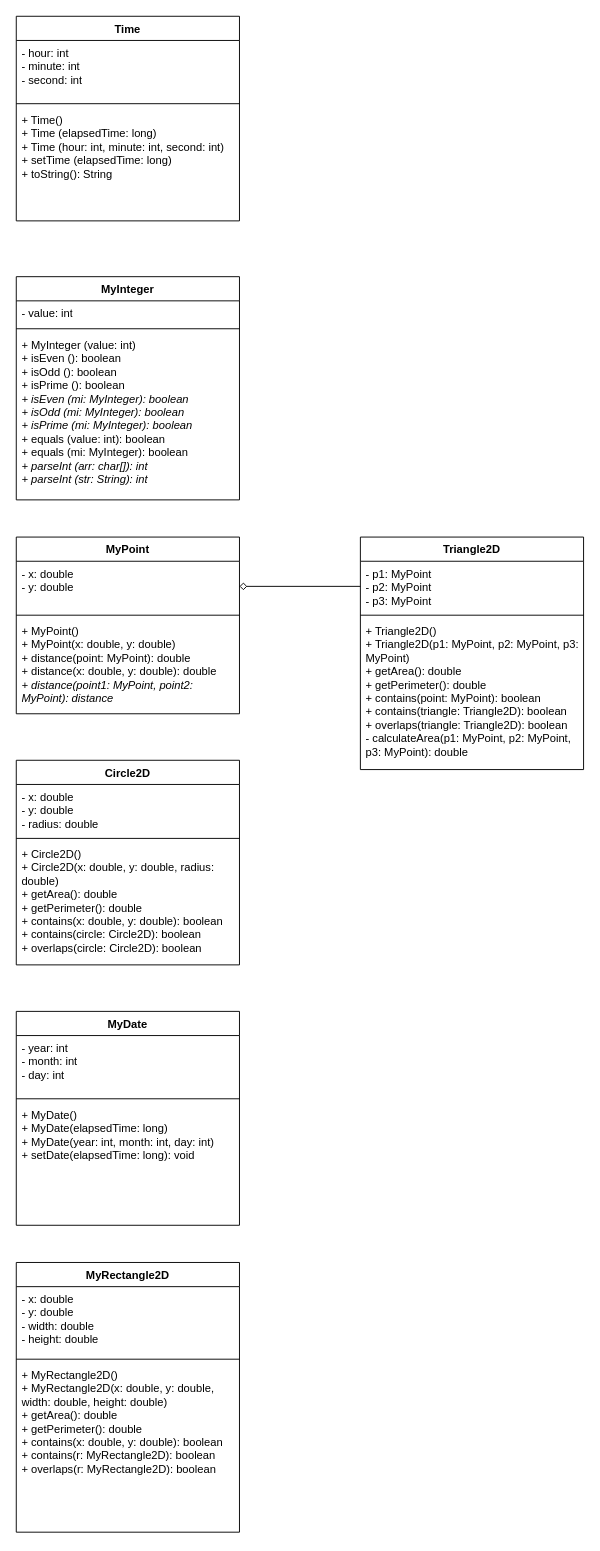
xmednikovi/intro-to-java-programming-exercises keeps this draw.io diagram as uml/Chapter10.drawio. Above is the earlier version. Source tidied: cells renumbered, new cells numbered last; positions are measured from the earlier drawing's top-left corner, leaving out a move shared by most shapes. Both pictures are drawn from the tidied source at 93%, with x=0, y=0 at pixel (16, 16).
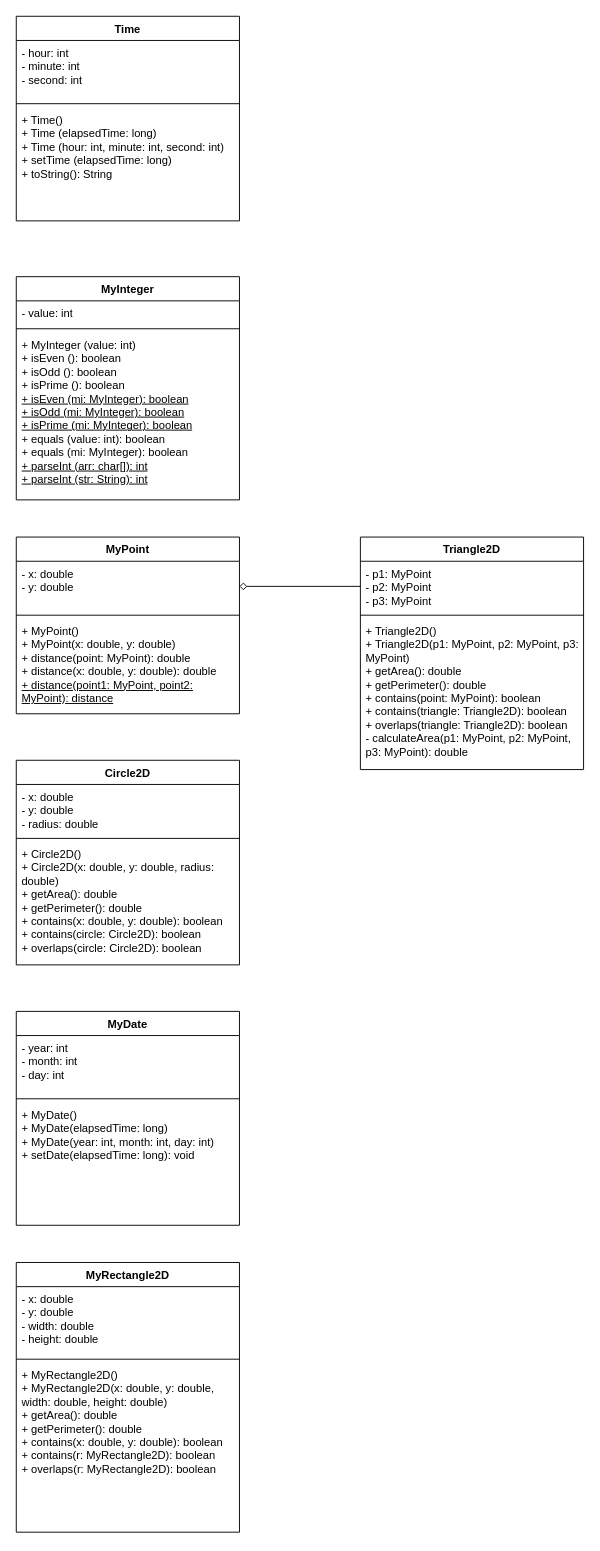
The same diagram, later.

Unchanged cells that the change refers to:
```xml
<mxCell id="6" value="MyInteger" style="swimlane;fontStyle=1;align=center;verticalAlign=top;horizontal=1;startSize=26;whiteSpace=wrap;html=1;" parent="1" vertex="1">
  <mxGeometry y="280" width="240" height="240" as="geometry" />
</mxCell>
<mxCell id="10" value="MyPoint" style="swimlane;fontStyle=1;align=center;verticalAlign=top;horizontal=1;startSize=26;whiteSpace=wrap;html=1;" parent="1" vertex="1">
  <mxGeometry y="560" width="240" height="190" as="geometry" />
</mxCell>
```

The edit, as a diff of the source:
```diff
@@
-    <mxCell id="9" value="+ MyInteger (value: int)&lt;br&gt;+ isEven (): boolean&lt;br&gt;+ isOdd (): boolean&lt;br&gt;+ isPrime (): boolean&lt;br&gt;&lt;i&gt;+ isEven (mi: MyInteger): boolean&lt;br&gt;+ isOdd (mi: MyInteger): boolean&lt;br&gt;+ isPrime (mi: MyInteger): boolean&lt;/i&gt;&lt;br&gt;+ equals (value: int): boolean&lt;br&gt;+ equals (mi: MyInteger): boolean&lt;br&gt;&lt;i&gt;+ parseInt (arr: char[]): int&lt;br&gt;+ parseInt (str: String): int&lt;/i&gt;" style="text;strokeColor=none;fillColor=none;align=left;verticalAlign=top;spacingLeft=4;spacingRight=4;overflow=hidden;whiteSpace=wrap;html=1;" parent="6" vertex="1">
+    <mxCell id="9" value="+ MyInteger (value: int)&lt;br&gt;+ isEven (): boolean&lt;br&gt;+ isOdd (): boolean&lt;br&gt;+ isPrime (): boolean&lt;br&gt;&lt;u&gt;+ isEven (mi: MyInteger): boolean&lt;br&gt;+ isOdd (mi: MyInteger): boolean&lt;br&gt;+ isPrime (mi: MyInteger): boolean&lt;/u&gt;&lt;br&gt;+ equals (value: int): boolean&lt;br&gt;+ equals (mi: MyInteger): boolean&lt;br&gt;&lt;u&gt;+ parseInt (arr: char[]): int&lt;br&gt;+ parseInt (str: String): int&lt;/u&gt;" style="text;strokeColor=none;fillColor=none;align=left;verticalAlign=top;spacingLeft=4;spacingRight=4;overflow=hidden;whiteSpace=wrap;html=1;" parent="6" vertex="1">
       <mxGeometry y="60" width="240" height="180" as="geometry" />
     </mxCell>
@@
-    <mxCell id="13" value="+ MyPoint()&lt;br&gt;+ MyPoint(x: double, y: double)&lt;br&gt;+ distance(point: MyPoint): double&lt;br&gt;+ distance(x: double, y: double): double&lt;br&gt;&lt;i&gt;+ distance(point1: MyPoint, point2: MyPoint): distance&lt;/i&gt;" style="text;strokeColor=none;fillColor=none;align=left;verticalAlign=top;spacingLeft=4;spacingRight=4;overflow=hidden;whiteSpace=wrap;html=1;" parent="10" vertex="1">
+    <mxCell id="13" value="+ MyPoint()&lt;br&gt;+ MyPoint(x: double, y: double)&lt;br&gt;+ distance(point: MyPoint): double&lt;br&gt;+ distance(x: double, y: double): double&lt;br&gt;&lt;u&gt;+ distance(point1: MyPoint, point2: MyPoint): distance&lt;/u&gt;" style="text;strokeColor=none;fillColor=none;align=left;verticalAlign=top;spacingLeft=4;spacingRight=4;overflow=hidden;whiteSpace=wrap;html=1;" parent="10" vertex="1">
       <mxGeometry y="88" width="240" height="102" as="geometry" />
     </mxCell>
```
